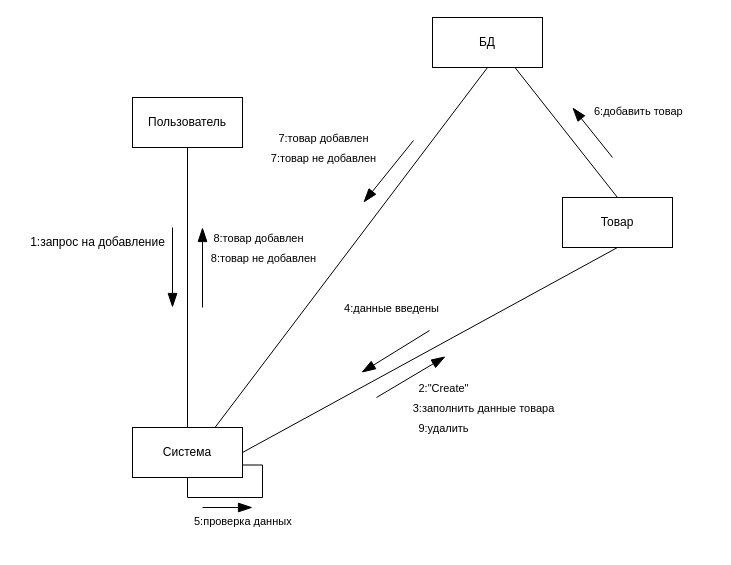
Earlier version of the draw.io diagram 4)Communication diag.drawio (KarimFaik/MSSS). Source tidied: cells renumbered, new cells numbered last; positions are measured from the earlier drawing's top-left corner, leaving out a move shared by most shapes. Both pictures are drawn from the tidied source at 100%, with x=0, y=0 at pixel (17, 17).
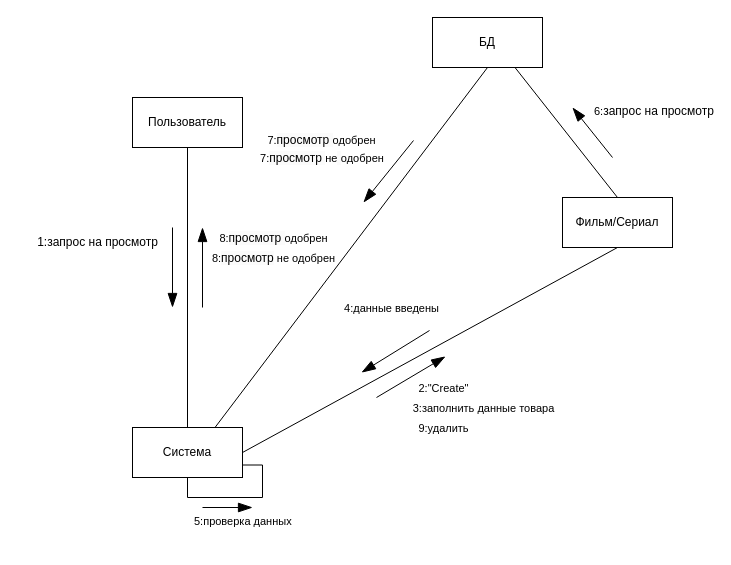
The same diagram, later.

Change to the diagram source:
```diff
@@
-    <mxCell id="4" value="Товар" style="html=1;whiteSpace=wrap;" parent="1" vertex="1">
+    <mxCell id="4" value="Фильм/Сериал" style="html=1;whiteSpace=wrap;" parent="1" vertex="1">
       <mxGeometry x="545" y="180" width="110" height="50" as="geometry" />
     </mxCell>
@@
-    <mxCell id="17" value="1:запрос на добавление" style="text;html=1;align=center;verticalAlign=middle;strokeColor=none;fillColor=none;" parent="1" vertex="1">
-      <mxGeometry y="210" width="160" height="30" as="geometry" />
+    <mxCell id="17" value="1:запрос на просмотр" style="text;html=1;align=center;verticalAlign=middle;strokeColor=none;fillColor=none;" parent="1" vertex="1">
+      <mxGeometry x="10" y="210" width="140" height="30" as="geometry" />
     </mxCell>
@@
-    <mxCell id="24" value="&lt;span style=&quot;color: rgb(0, 0, 0); font-family: Helvetica; font-size: 11px; font-style: normal; font-variant-ligatures: normal; font-variant-caps: normal; font-weight: 400; letter-spacing: normal; orphans: 2; text-align: center; text-indent: 0px; text-transform: none; widows: 2; word-spacing: 0px; -webkit-text-stroke-width: 0px; white-space: nowrap; background-color: rgb(255, 255, 255); text-decoration-thickness: initial; text-decoration-style: initial; text-decoration-color: initial; display: inline !important; float: none;&quot;&gt;6:добавить товар&lt;/span&gt;" style="text;whiteSpace=wrap;html=1;" parent="1" vertex="1">
+    <mxCell id="24" value="&lt;span style=&quot;color: rgb(0, 0, 0); font-family: Helvetica; font-size: 11px; font-style: normal; font-variant-ligatures: normal; font-variant-caps: normal; font-weight: 400; letter-spacing: normal; orphans: 2; text-align: center; text-indent: 0px; text-transform: none; widows: 2; word-spacing: 0px; -webkit-text-stroke-width: 0px; white-space: nowrap; background-color: rgb(255, 255, 255); text-decoration-thickness: initial; text-decoration-style: initial; text-decoration-color: initial; display: inline !important; float: none;&quot;&gt;6:&lt;/span&gt;&lt;span style=&quot;text-align: center; text-wrap: nowrap;&quot;&gt;запрос на просмотр&lt;/span&gt;" style="text;whiteSpace=wrap;html=1;" parent="1" vertex="1">
       <mxGeometry x="575" y="80" width="120" height="40" as="geometry" />
     </mxCell>
@@
-    <mxCell id="27" value="7:товар добавлен" style="edgeLabel;html=1;align=center;verticalAlign=middle;" parent="1" vertex="1">
-      <mxGeometry x="305" y="120" as="geometry" />
+    <mxCell id="27" value="7:&lt;span style=&quot;font-size: 12px; background-color: rgb(251, 251, 251);&quot;&gt;просмотр&amp;nbsp;&lt;/span&gt;одобрен" style="edgeLabel;html=1;align=center;verticalAlign=middle;" parent="1" vertex="1">
+      <mxGeometry x="305" y="120" as="geometry">
+        <mxPoint x="-2" y="2" as="offset" />
+      </mxGeometry>
     </mxCell>
-    <mxCell id="28" value="8:товар добавлен" style="edgeLabel;html=1;align=center;verticalAlign=middle;" parent="1" vertex="1">
-      <mxGeometry x="240" y="220" as="geometry" />
+    <mxCell id="28" value="8:&lt;span style=&quot;font-size: 12px; background-color: rgb(251, 251, 251);&quot;&gt;просмотр&amp;nbsp;&lt;/span&gt;одобрен" style="edgeLabel;html=1;align=center;verticalAlign=middle;" parent="1" vertex="1">
+      <mxGeometry x="255" y="220" as="geometry" />
     </mxCell>
-    <mxCell id="29" value="7:товар не добавлен" style="edgeLabel;html=1;align=center;verticalAlign=middle;" parent="1" vertex="1">
+    <mxCell id="29" value="7:&lt;span style=&quot;font-size: 12px; background-color: rgb(251, 251, 251);&quot;&gt;просмотр&amp;nbsp;&lt;/span&gt;не&lt;span style=&quot;font-size: 12px; background-color: rgb(251, 251, 251);&quot;&gt;&amp;nbsp;&lt;/span&gt;одобрен&amp;nbsp;" style="edgeLabel;html=1;align=center;verticalAlign=middle;" parent="1" vertex="1">
       <mxGeometry x="305" y="140" as="geometry" />
     </mxCell>
-    <mxCell id="30" value="8:товар не добавлен" style="edgeLabel;html=1;align=center;verticalAlign=middle;" parent="1" vertex="1">
-      <mxGeometry x="245" y="240" as="geometry" />
+    <mxCell id="30" value="8:&lt;span style=&quot;font-size: 12px; background-color: rgb(251, 251, 251);&quot;&gt;просмотр&lt;/span&gt;&amp;nbsp;не одобрен" style="edgeLabel;html=1;align=center;verticalAlign=middle;" parent="1" vertex="1">
+      <mxGeometry x="255" y="240" as="geometry" />
     </mxCell>
```
